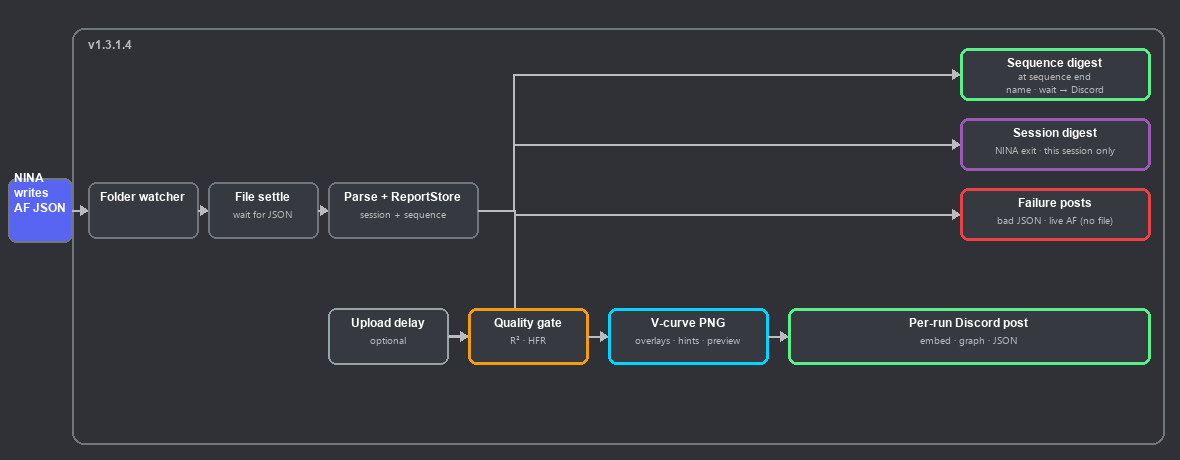
This is assets/flowchart.png from chrisflory/AutoFocusGraphs, a Mermaid export, as it was before one commit. Its source is kept beside it as assets/flowchart.mmd.
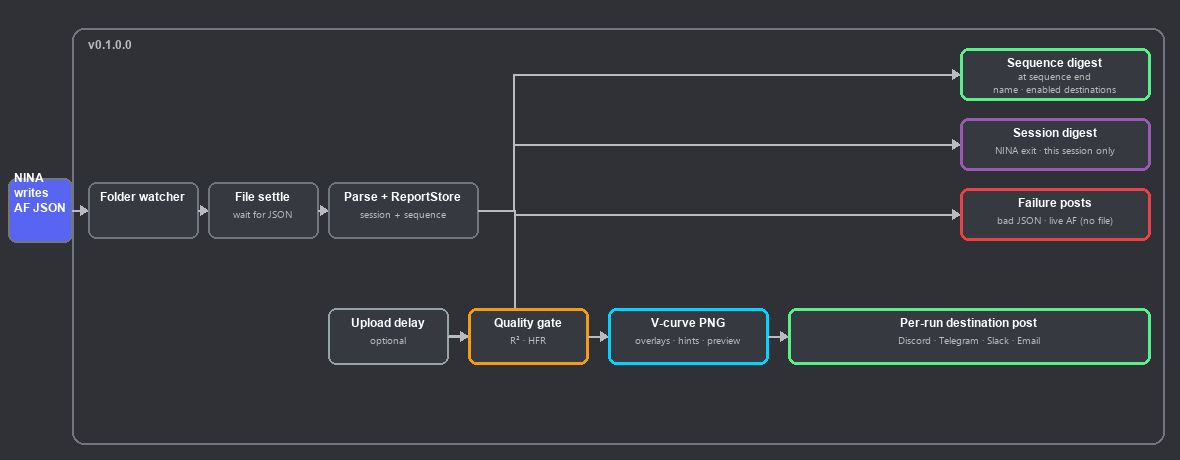
The same diagram one commit later.

Change to the diagram source:
```diff
@@ -4,7 +4,7 @@
     classDef sequence stroke:#57f287,stroke-width:3px,fill:#36393f,color:#fff
     classDef session stroke:#9b59b6,stroke-width:3px,fill:#36393f,color:#fff
     classDef failure stroke:#ed4245,stroke-width:3px,fill:#36393f,color:#fff
-    classDef discord stroke:#57f287,stroke-width:3px,fill:#36393f,color:#fff
+    classDef dest stroke:#57f287,stroke-width:3px,fill:#36393f,color:#fff
     classDef graph stroke:#00d4ff,stroke-width:3px,fill:#36393f,color:#fff
     classDef quality stroke:#f39c12,stroke-width:3px,fill:#36393f,color:#fff
 
@@ -20,4 +20,4 @@
     P --> D["Upload delay"]:::core
     D --> QG["Quality gate<br/>R² · HFR"]:::quality
     QG --> VC["V-curve PNG<br/>overlays · hints · preview"]:::graph
-    VC --> PR["Per-run Discord post"]:::discord
+    VC --> PR["Per-run post<br/>Discord · Telegram · Slack · Email"]:::dest
```
